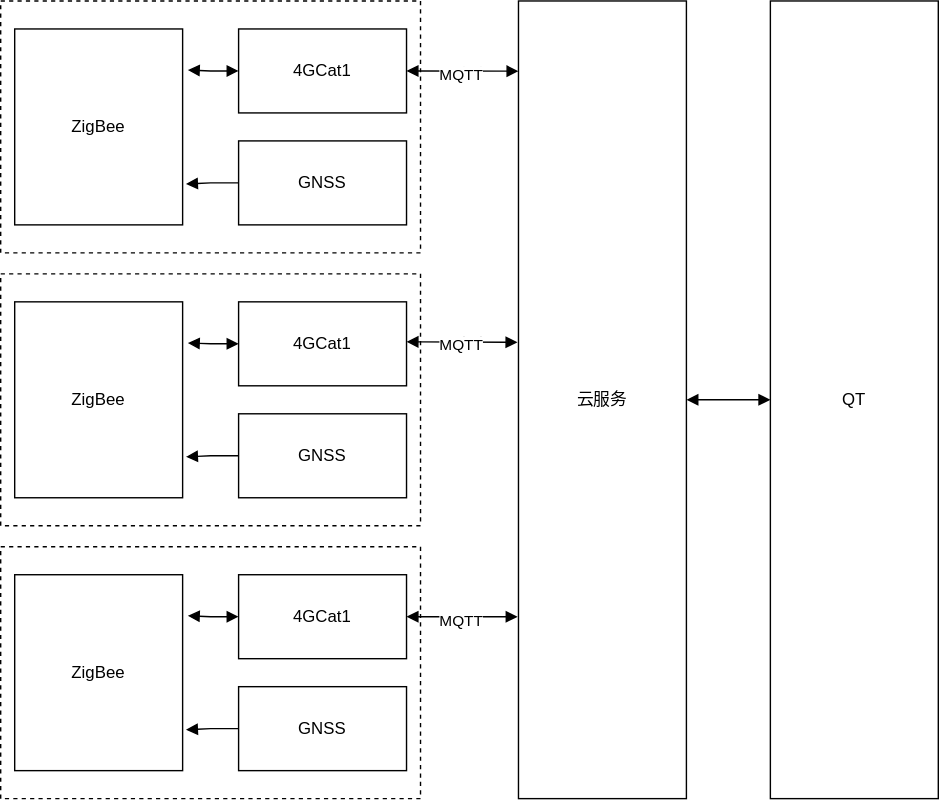
Above: 系统结构图.drawio.svg in anvalue/DrawIo_SQ (draw.io), before the change. Source tidied: cells renumbered, new cells last; positions are measured from the earlier drawing's top-left corner, leaving out a move shared by most shapes.
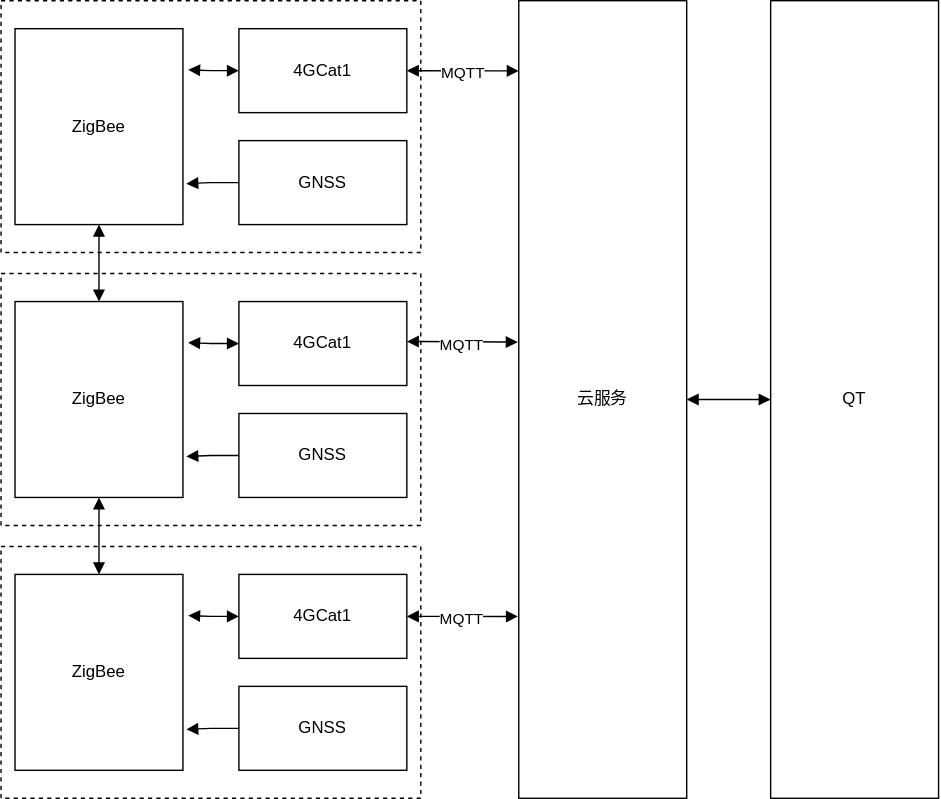
Above is the later version.

Commit message:
更新系统结构图.drawio.svg

What changed in the source:
```diff
@@ -103,5 +103,11 @@
     <mxCell id="34" value="QT" style="rounded=0;whiteSpace=wrap;html=1;" parent="1" vertex="1">
       <mxGeometry x="550" width="120" height="570" as="geometry" />
     </mxCell>
+    <mxCell id="35" style="edgeStyle=orthogonalEdgeStyle;rounded=0;jettySize=auto;html=1;exitX=0.5;exitY=0;exitDx=0;exitDy=0;entryX=0.5;entryY=1;entryDx=0;entryDy=0;startArrow=block;startFill=1;endArrow=block;endFill=1;" parent="1" edge="1" source="15" target="5">
+      <mxGeometry relative="1" as="geometry" />
+    </mxCell>
+    <mxCell id="36" style="edgeStyle=orthogonalEdgeStyle;rounded=0;jettySize=auto;html=1;exitX=0.5;exitY=0;exitDx=0;exitDy=0;endArrow=block;endFill=1;startArrow=block;startFill=1;" parent="1" edge="1" source="22" target="15">
+      <mxGeometry relative="1" as="geometry" />
+    </mxCell>
   </root>
 </mxGraphModel>
```
